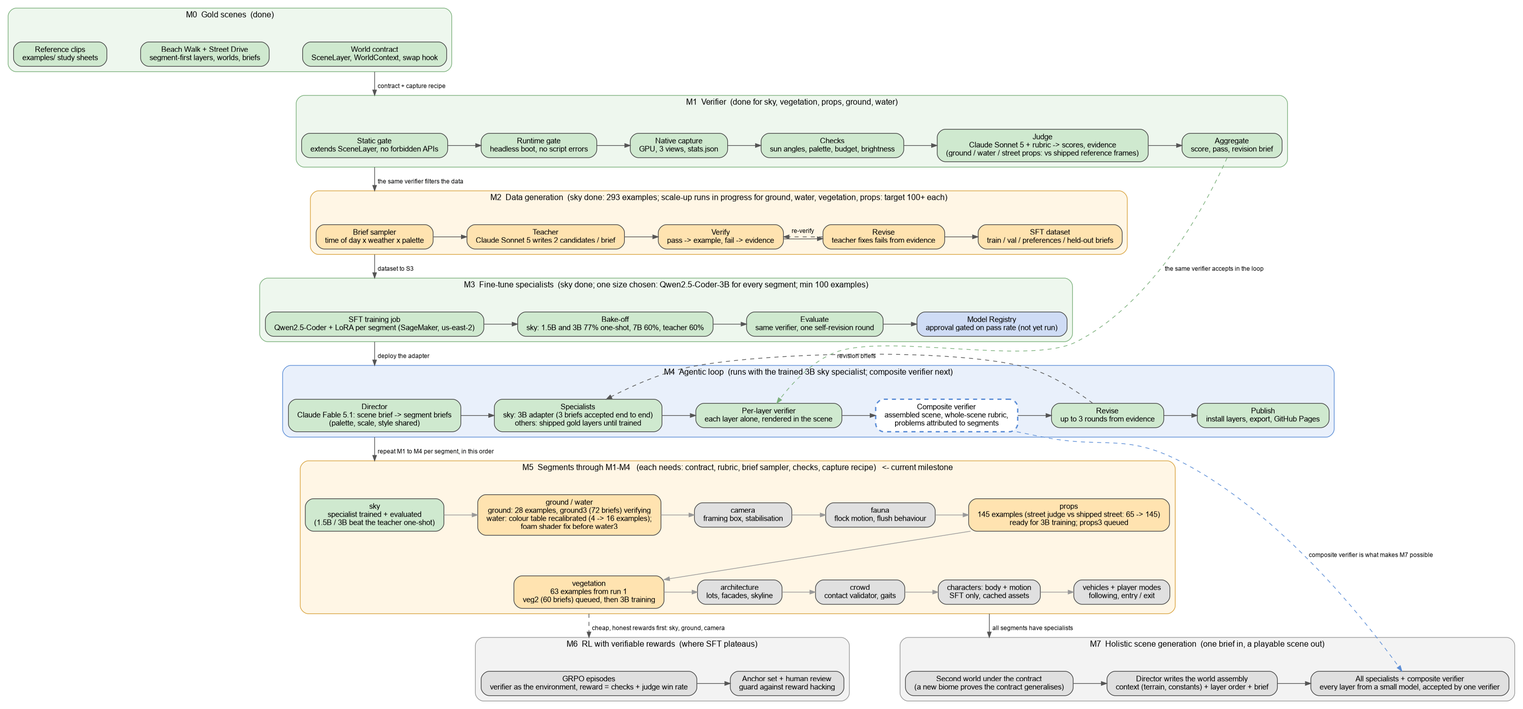
The Graphviz diagram design/pipeline.png in Marc-GenAI-AWS/godot-game, before a commit. Its source is kept beside it as design/pipeline.dot.
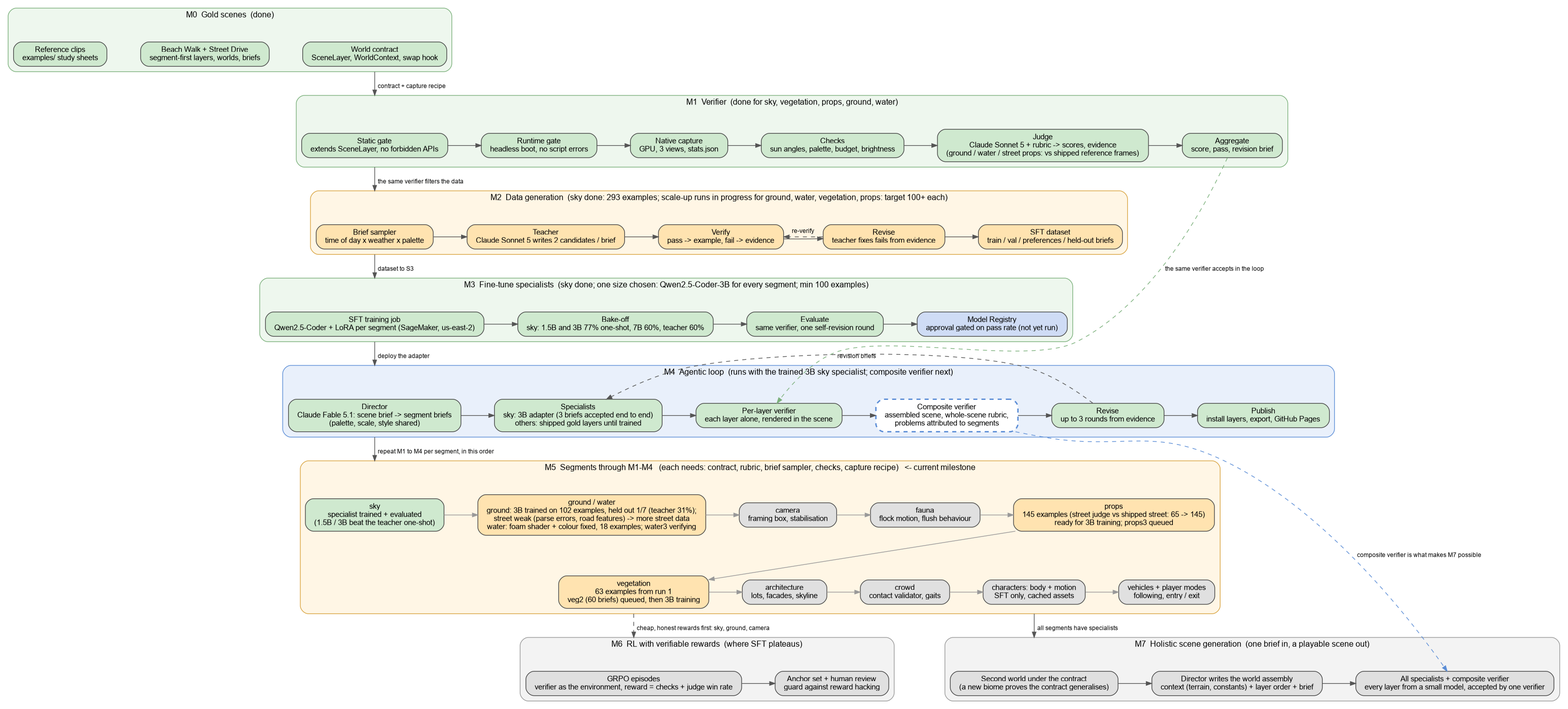
The same file after the commit.

Commit message:
Milestone diagram: first ground 3B adapter evaluated (1/7 held out vs teacher 31%, street weak); water foam shader and colour fixes

Claude-Session: https://claude.ai/code/session_01UAYU2mUDuDd7xzaMngBZ3G

The edit, as a diff of the source:
```diff
@@ -68,7 +68,7 @@
   subgraph cluster_m5 {
     label="M5  Segments through M1-M4   (each needs: contract, rubric, brief sampler, checks, capture recipe)   <- current milestone"; style="rounded,filled"; fillcolor="#fff6e5"; color="#d9a441";
     g0 [label="sky\nspecialist trained + evaluated\n(1.5B / 3B beat the teacher one-shot)", fillcolor="#cfe9cf"];
-    g1 [label="ground / water\nground: 28 examples, ground3 (72 briefs) verifying\nwater: colour table recalibrated (4 -> 16 examples);\nfoam shader fix before water3", fillcolor="#ffe3b0"];
+    g1 [label="ground / water\nground: 3B trained on 102 examples, held out 1/7 (teacher 31%);\nstreet weak (parse errors, road features) -> more street data\nwater: foam shader + colour fixed, 18 examples; water3 verifying", fillcolor="#ffe3b0"];
     g2 [label="camera\nframing box, stabilisation", fillcolor="#e0e0e0"];
     g3 [label="fauna\nflock motion, flush behaviour", fillcolor="#e0e0e0"];
     g4 [label="props\n145 examples (street judge vs shipped street: 65 -> 145)\nready for 3B training; props3 queued", fillcolor="#ffe3b0"];
```
